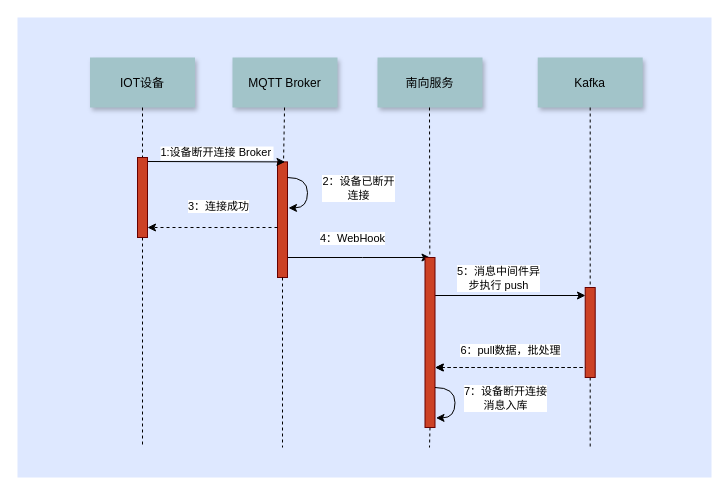
The draw.io diagram WebHook设备发送消息成功.drawio in wjwzero/DesignDrawing-, before the edit. Source tidied: cells renumbered, new cells numbered last; positions are measured from the earlier drawing's top-left corner, leaving out a move shared by most shapes. Both pictures are drawn from the tidied source at 100%, with x=0, y=0 at pixel (17, 17).
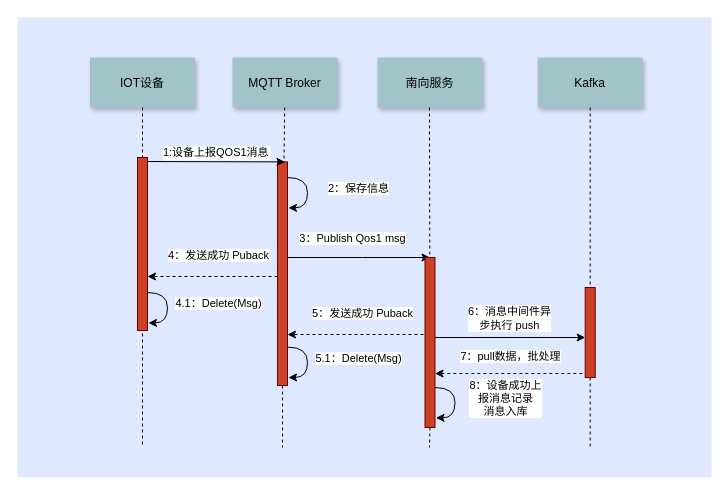
After the change.

Commit message:
更新WebHook设备发送消息成功.drawio

Unchanged cells that the change refers to:
```xml
<mxCell id="4" style="edgeStyle=orthogonalEdgeStyle;rounded=0;orthogonalLoop=1;jettySize=auto;html=1;entryX=0;entryY=0.25;entryDx=0;entryDy=0;" parent="1" edge="1">
  <mxGeometry relative="1" as="geometry">
    <mxPoint x="270" y="240" as="sourcePoint" />
    <mxPoint x="412.5" y="240" as="targetPoint" />
    <Array as="points">
      <mxPoint x="345" y="240" />
      <mxPoint x="345" y="240" />
    </Array>
  </mxGeometry>
</mxCell>
<mxCell id="17" style="edgeStyle=orthogonalEdgeStyle;curved=1;rounded=0;orthogonalLoop=1;jettySize=auto;html=1;exitX=0.928;exitY=0.095;exitDx=0;exitDy=0;exitPerimeter=0;" parent="1" edge="1">
  <mxGeometry relative="1" as="geometry">
    <mxPoint x="270" y="160" as="sourcePoint" />
    <mxPoint x="271" y="190.4" as="targetPoint" />
    <Array as="points">
      <mxPoint x="290" y="160.4" />
      <mxPoint x="290" y="190.4" />
      <mxPoint x="271" y="190.4" />
    </Array>
  </mxGeometry>
</mxCell>
<mxCell id="25" style="fillColor=#CC4125;strokeColor=#660000;" parent="1" vertex="1">
  <mxGeometry x="407.5" y="240" width="10" height="170" as="geometry" />
</mxCell>
<mxCell id="27" style="fillColor=#CC4125;strokeColor=#660000;" parent="1" vertex="1">
  <mxGeometry x="567.7" y="270" width="10" height="90" as="geometry" />
</mxCell>
<mxCell id="32" style="edgeStyle=orthogonalEdgeStyle;curved=1;rounded=0;orthogonalLoop=1;jettySize=auto;html=1;exitX=0.928;exitY=0.095;exitDx=0;exitDy=0;exitPerimeter=0;" parent="1" edge="1">
  <mxGeometry relative="1" as="geometry">
    <mxPoint x="417.5" y="370" as="sourcePoint" />
    <mxPoint x="418.5" y="400.4" as="targetPoint" />
    <Array as="points">
      <mxPoint x="437.5" y="370.4" />
      <mxPoint x="437.5" y="400.4" />
      <mxPoint x="418.5" y="400.4" />
    </Array>
  </mxGeometry>
</mxCell>
```

Change to the diagram source:
```diff
@@
-    <mxCell id="5" value="4：WebHook" style="edgeLabel;html=1;align=center;verticalAlign=middle;" parent="4" vertex="1">
+    <mxCell id="5" value="3：Publish Qos1 msg" style="edgeLabel;html=1;align=center;verticalAlign=middle;" parent="4" vertex="1">
       <mxGeometry x="-0.37" y="1" relative="1" as="geometry">
         <mxPoint x="19" y="-19" as="offset" />
       </mxGeometry>
     </mxCell>
     <mxCell id="6" style="fillColor=#CC4125;strokeColor=#660000;" parent="1" vertex="1">
-      <mxGeometry x="260" y="144.4" width="10" height="115.6" as="geometry" />
+      <mxGeometry x="260" y="144.4" width="10" height="223.6" as="geometry" />
     </mxCell>
@@
-    <mxCell id="13" value="1:设备断开连接 Broker" style="edgeStyle=none;verticalLabelPosition=top;verticalAlign=bottom;entryX=0.75;entryY=0;entryDx=0;entryDy=0;" parent="1" edge="1" target="6">
+    <mxCell id="13" value="1:设备上报QOS1消息" style="edgeStyle=none;verticalLabelPosition=top;verticalAlign=bottom;entryX=0.75;entryY=0;entryDx=0;entryDy=0;" parent="1" edge="1" target="6">
       <mxGeometry x="243" y="77.1" as="geometry">
         <mxPoint x="130" y="144" as="sourcePoint" />
       </mxGeometry>
     </mxCell>
@@
     <mxCell id="16" style="fillColor=#CC4125;strokeColor=#660000;" parent="1" vertex="1">
-      <mxGeometry x="120" y="140" width="10" height="80" as="geometry" />
+      <mxGeometry x="120" y="140" width="10" height="173" as="geometry" />
     </mxCell>
@@
-    <mxCell id="18" value="2：设备已断开&lt;br&gt;连接" style="edgeLabel;html=1;align=center;verticalAlign=middle;" parent="17" vertex="1">
+    <mxCell id="18" value="2：保存信息" style="edgeLabel;html=1;align=center;verticalAlign=middle;" parent="17" vertex="1">
       <mxGeometry x="-0.31" y="-1" relative="1" as="geometry">
         <mxPoint x="51" y="6.7" as="offset" />
       </mxGeometry>
     </mxCell>
-    <mxCell id="19" style="edgeStyle=orthogonalEdgeStyle;rounded=0;jettySize=auto;html=1;exitX=0.95;exitY=0.333;exitDx=0;exitDy=0;entryX=0.028;entryY=0.089;entryDx=0;entryDy=0;exitPerimeter=0;entryPerimeter=0;" parent="1" edge="1" source="25" target="27">
+    <mxCell id="19" style="edgeStyle=orthogonalEdgeStyle;rounded=0;orthogonalLoop=1;jettySize=auto;html=1;entryX=0.028;entryY=0.089;entryDx=0;entryDy=0;entryPerimeter=0;" parent="1" edge="1">
       <mxGeometry relative="1" as="geometry">
+        <mxPoint x="417.2" y="320" as="sourcePoint" />
+        <mxPoint x="567.7" y="320" as="targetPoint" />
         <Array as="points">
-          <mxPoint x="417" y="278" />
+          <mxPoint x="416.7" y="320" />
         </Array>
       </mxGeometry>
     </mxCell>
-    <mxCell id="20" value="5：消息中间件异&lt;br&gt;步执行 push" style="edgeLabel;html=1;align=center;verticalAlign=middle;" parent="19" vertex="1">
+    <mxCell id="20" value="6：消息中间件异&lt;br&gt;步执行 push" style="edgeLabel;html=1;align=center;verticalAlign=middle;" parent="19" vertex="1">
       <mxGeometry x="-0.33" y="-1" relative="1" as="geometry">
-        <mxPoint x="24.7" y="-18.7" as="offset" />
+        <mxPoint x="24.7" y="-21" as="offset" />
       </mxGeometry>
     </mxCell>
@@
     <mxCell id="23" style="edgeStyle=orthogonalEdgeStyle;rounded=0;orthogonalLoop=1;jettySize=auto;html=1;dashed=1;" parent="1" edge="1">
       <mxGeometry relative="1" as="geometry">
-        <mxPoint x="260" y="210" as="sourcePoint" />
-        <mxPoint x="130" y="210" as="targetPoint" />
+        <mxPoint x="260" y="259" as="sourcePoint" />
+        <mxPoint x="130" y="259" as="targetPoint" />
         <Array as="points">
-          <mxPoint x="170" y="210" />
-          <mxPoint x="170" y="210" />
+          <mxPoint x="170" y="259" />
+          <mxPoint x="170" y="259" />
         </Array>
       </mxGeometry>
     </mxCell>
-    <mxCell id="24" value="3：连接成功" style="edgeLabel;html=1;align=center;verticalAlign=middle;" parent="23" vertex="1">
+    <mxCell id="24" value="4：发送成功 Puback" style="edgeLabel;html=1;align=center;verticalAlign=middle;" parent="23" vertex="1">
       <mxGeometry x="-0.37" y="1" relative="1" as="geometry">
         <mxPoint x="-19" y="-22.7" as="offset" />
       </mxGeometry>
     </mxCell>
@@
-    <mxCell id="29" style="edgeStyle=orthogonalEdgeStyle;rounded=0;orthogonalLoop=1;jettySize=auto;html=1;entryX=0.028;entryY=0.089;entryDx=0;entryDy=0;entryPerimeter=0;startArrow=classic;startFill=1;endArrow=none;endFill=0;dashed=1;" parent="1" edge="1">
-      <mxGeometry relative="1" as="geometry">
-        <mxPoint x="418" y="350" as="sourcePoint" />
-        <mxPoint x="568.5" y="350" as="targetPoint" />
-        <Array as="points">
-          <mxPoint x="417.5" y="350" />
-        </Array>
-      </mxGeometry>
-    </mxCell>
     <mxCell id="30" style="edgeStyle=orthogonalEdgeStyle;rounded=0;orthogonalLoop=1;jettySize=auto;html=1;entryX=0.028;entryY=0.089;entryDx=0;entryDy=0;entryPerimeter=0;startArrow=classic;startFill=1;endArrow=none;endFill=0;dashed=1;" parent="1" edge="1">
       <mxGeometry relative="1" as="geometry">
-        <mxPoint x="417.5" y="350" as="sourcePoint" />
-        <mxPoint x="568" y="350" as="targetPoint" />
+        <mxPoint x="417.5" y="356" as="sourcePoint" />
+        <mxPoint x="568" y="356" as="targetPoint" />
         <Array as="points">
-          <mxPoint x="417" y="350" />
+          <mxPoint x="417" y="356" />
         </Array>
       </mxGeometry>
     </mxCell>
-    <mxCell id="31" value="6：pull数据，批处理" style="edgeLabel;html=1;align=center;verticalAlign=middle;" parent="30" vertex="1">
+    <mxCell id="31" value="7：pull数据，批处理" style="edgeLabel;html=1;align=center;verticalAlign=middle;" parent="30" vertex="1">
       <mxGeometry x="-0.33" y="-1" relative="1" as="geometry">
         <mxPoint x="24.7" y="-18.7" as="offset" />
       </mxGeometry>
     </mxCell>
@@
-    <mxCell id="33" value="7：设备断开连接&lt;br&gt;消息入库" style="edgeLabel;html=1;align=center;verticalAlign=middle;" parent="32" vertex="1">
+    <mxCell id="33" value="8：设备成功上&lt;br&gt;报消息记录&lt;br&gt;消息入库" style="edgeLabel;html=1;align=center;verticalAlign=middle;" parent="32" vertex="1">
       <mxGeometry x="-0.31" y="-1" relative="1" as="geometry">
         <mxPoint x="51" y="6.7" as="offset" />
       </mxGeometry>
     </mxCell>
+    <mxCell id="34" style="edgeStyle=orthogonalEdgeStyle;curved=1;rounded=0;orthogonalLoop=1;jettySize=auto;html=1;exitX=0.928;exitY=0.095;exitDx=0;exitDy=0;exitPerimeter=0;" parent="1" edge="1">
+      <mxGeometry relative="1" as="geometry">
+        <mxPoint x="130" y="275" as="sourcePoint" />
+        <mxPoint x="131" y="305.4" as="targetPoint" />
+        <Array as="points">
+          <mxPoint x="150" y="275.4" />
+          <mxPoint x="150" y="305.4" />
+          <mxPoint x="131" y="305.4" />
+        </Array>
+      </mxGeometry>
+    </mxCell>
+    <mxCell id="35" value="4.1：Delete(Msg)" style="edgeLabel;html=1;align=center;verticalAlign=middle;" parent="34" vertex="1">
+      <mxGeometry x="-0.31" y="-1" relative="1" as="geometry">
+        <mxPoint x="51" y="6.7" as="offset" />
+      </mxGeometry>
+    </mxCell>
+    <mxCell id="36" style="edgeStyle=orthogonalEdgeStyle;rounded=0;orthogonalLoop=1;jettySize=auto;html=1;dashed=1;" parent="1" edge="1">
+      <mxGeometry relative="1" as="geometry">
+        <mxPoint x="406" y="317" as="sourcePoint" />
+        <mxPoint x="270" y="317" as="targetPoint" />
+        <Array as="points">
+          <mxPoint x="310" y="317" />
+          <mxPoint x="310" y="317" />
+        </Array>
+      </mxGeometry>
+    </mxCell>
+    <mxCell id="37" value="5：发送成功 Puback" style="edgeLabel;html=1;align=center;verticalAlign=middle;" parent="36" vertex="1">
+      <mxGeometry x="-0.37" y="1" relative="1" as="geometry">
+        <mxPoint x="-19" y="-22.7" as="offset" />
+      </mxGeometry>
+    </mxCell>
+    <mxCell id="38" style="edgeStyle=orthogonalEdgeStyle;curved=1;rounded=0;orthogonalLoop=1;jettySize=auto;html=1;exitX=0.928;exitY=0.095;exitDx=0;exitDy=0;exitPerimeter=0;" parent="1" edge="1">
+      <mxGeometry relative="1" as="geometry">
+        <mxPoint x="270" y="329.6" as="sourcePoint" />
+        <mxPoint x="271" y="360" as="targetPoint" />
+        <Array as="points">
+          <mxPoint x="290" y="330" />
+          <mxPoint x="290" y="360" />
+          <mxPoint x="271" y="360" />
+        </Array>
+      </mxGeometry>
+    </mxCell>
+    <mxCell id="39" value="5.1：Delete(Msg)" style="edgeLabel;html=1;align=center;verticalAlign=middle;" parent="38" vertex="1">
+      <mxGeometry x="-0.31" y="-1" relative="1" as="geometry">
+        <mxPoint x="51" y="6.7" as="offset" />
+      </mxGeometry>
+    </mxCell>
```
